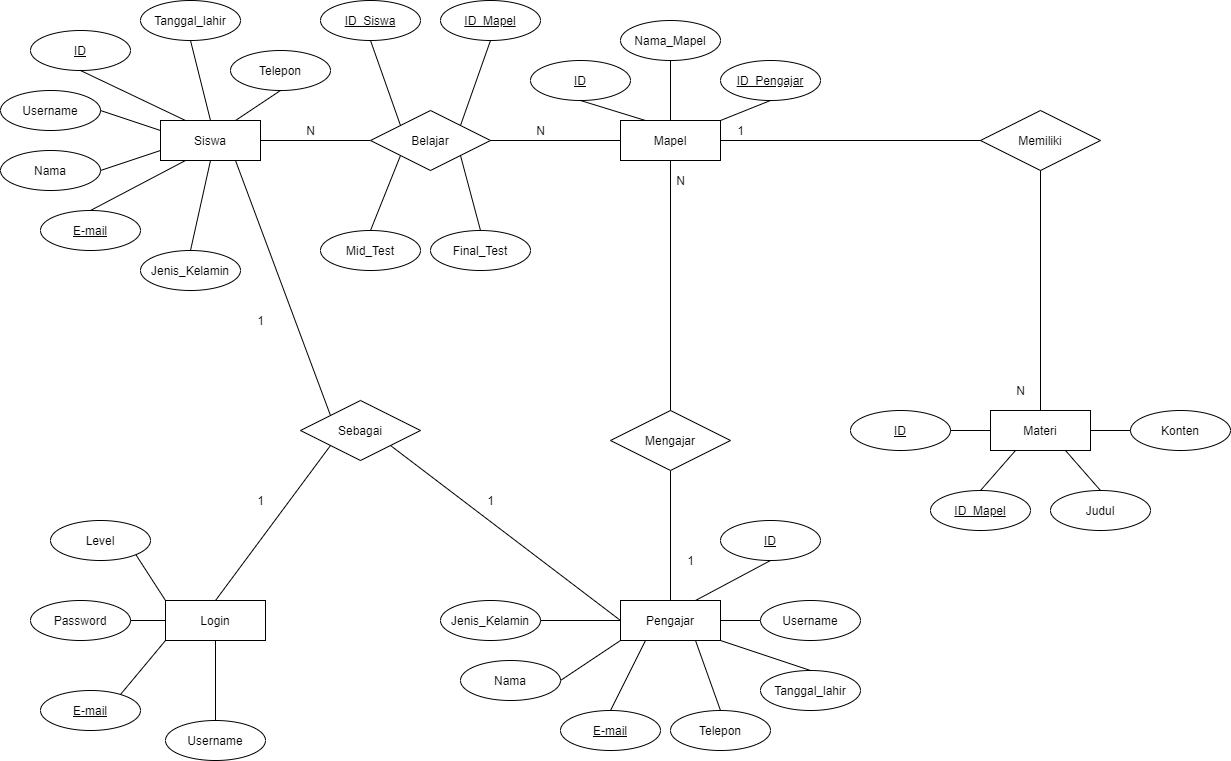
Before: Skema Database/ERD dbhaiyu.png, a diagram exported from draw.io (alifahfathonah/Website-HAiYU). Source tidied: cells renumbered, new cells last; positions are measured from the earlier drawing's top-left corner, leaving out a move shared by most shapes.
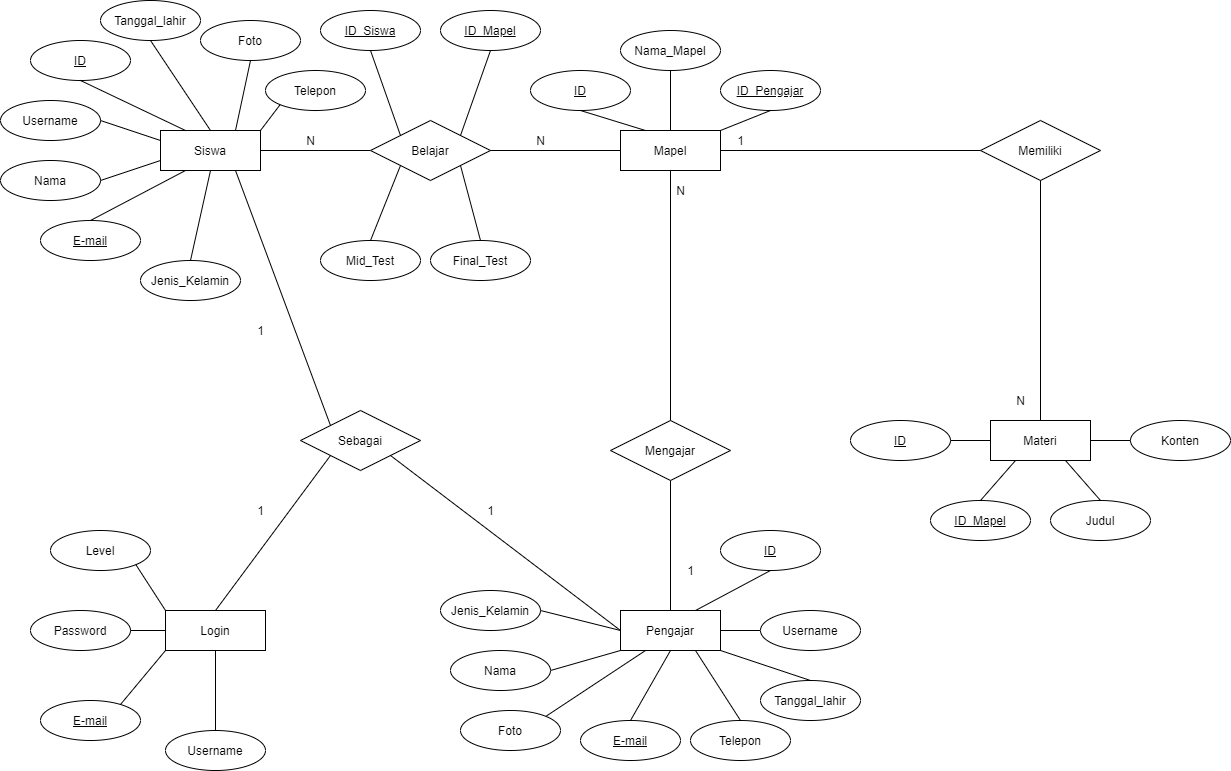
Later version of the same file.

Change to the diagram source:
```diff
@@ -12,7 +12,7 @@
       <mxGeometry y="90" width="100" height="40" as="geometry" />
     </mxCell>
     <mxCell id="5" value="Tanggal_lahir" style="ellipse;whiteSpace=wrap;html=1;align=center;" parent="1" vertex="1">
-      <mxGeometry x="140" width="100" height="40" as="geometry" />
+      <mxGeometry x="100" y="-10" width="100" height="40" as="geometry" />
     </mxCell>
     <mxCell id="6" value="Nama" style="ellipse;whiteSpace=wrap;html=1;align=center;" parent="1" vertex="1">
       <mxGeometry y="150" width="100" height="40" as="geometry" />
@@ -90,7 +90,7 @@
       <mxGeometry x="760" y="670" width="100" height="40" as="geometry" />
     </mxCell>
     <mxCell id="31" value="E-mail" style="ellipse;whiteSpace=wrap;html=1;align=center;fontStyle=4;" parent="1" vertex="1">
-      <mxGeometry x="560" y="710" width="100" height="40" as="geometry" />
+      <mxGeometry x="580" y="710" width="100" height="40" as="geometry" />
     </mxCell>
     <mxCell id="32" style="endArrow=none;html=1;rounded=0;entryX=0.75;entryY=0;entryDx=0;entryDy=0;exitX=0.5;exitY=1;exitDx=0;exitDy=0;" parent="1" edge="1" source="57" target="29">
       <mxGeometry relative="1" as="geometry" />
@@ -101,14 +101,14 @@
     <mxCell id="34" style="endArrow=none;html=1;rounded=0;entryX=0;entryY=1;entryDx=0;entryDy=0;exitX=1;exitY=0.5;exitDx=0;exitDy=0;" parent="1" edge="1" source="37" target="29">
       <mxGeometry relative="1" as="geometry" />
     </mxCell>
-    <mxCell id="35" style="endArrow=none;html=1;rounded=0;entryX=0.5;entryY=0;entryDx=0;entryDy=0;exitX=0.25;exitY=1;exitDx=0;exitDy=0;" parent="1" edge="1" source="29" target="31">
+    <mxCell id="35" style="endArrow=none;html=1;rounded=0;entryX=0.5;entryY=0;entryDx=0;entryDy=0;exitX=0.5;exitY=1;exitDx=0;exitDy=0;" parent="1" edge="1" source="29" target="31">
       <mxGeometry relative="1" as="geometry" />
     </mxCell>
     <mxCell id="36" style="endArrow=none;html=1;rounded=0;entryX=0.5;entryY=0;entryDx=0;entryDy=0;exitX=1;exitY=1;exitDx=0;exitDy=0;" parent="1" edge="1" source="29" target="30">
       <mxGeometry relative="1" as="geometry" />
     </mxCell>
     <mxCell id="37" value="Nama" style="ellipse;whiteSpace=wrap;html=1;align=center;" parent="1" vertex="1">
-      <mxGeometry x="460" y="660" width="100" height="40" as="geometry" />
+      <mxGeometry x="450" y="640" width="100" height="40" as="geometry" />
     </mxCell>
     <mxCell id="38" style="endArrow=none;html=1;rounded=0;exitX=0.5;exitY=0;exitDx=0;exitDy=0;entryX=0.5;entryY=1;entryDx=0;entryDy=0;" parent="1" edge="1" source="29" target="39">
       <mxGeometry relative="1" as="geometry" />
@@ -189,7 +189,7 @@
       <mxGeometry relative="1" as="geometry" />
     </mxCell>
     <mxCell id="64" value="Jenis_Kelamin" style="ellipse;whiteSpace=wrap;html=1;align=center;" parent="1" vertex="1">
-      <mxGeometry x="440" y="600" width="100" height="40" as="geometry" />
+      <mxGeometry x="440" y="580" width="100" height="40" as="geometry" />
     </mxCell>
     <mxCell id="65" style="endArrow=none;html=1;rounded=0;entryX=1;entryY=0.5;entryDx=0;entryDy=0;exitX=0;exitY=0.5;exitDx=0;exitDy=0;" parent="1" edge="1" source="29" target="64">
       <mxGeometry relative="1" as="geometry" />
@@ -246,16 +246,28 @@
       <mxGeometry relative="1" as="geometry" />
     </mxCell>
     <mxCell id="83" value="Telepon" style="ellipse;whiteSpace=wrap;html=1;align=center;" parent="1" vertex="1">
-      <mxGeometry x="230" y="50" width="100" height="40" as="geometry" />
+      <mxGeometry x="265" y="60" width="100" height="40" as="geometry" />
     </mxCell>
-    <mxCell id="84" style="endArrow=none;html=1;rounded=0;entryX=0.75;entryY=0;entryDx=0;entryDy=0;exitX=0.5;exitY=1;exitDx=0;exitDy=0;" parent="1" edge="1" source="83" target="2">
+    <mxCell id="84" style="endArrow=none;html=1;rounded=0;entryX=1;entryY=0;entryDx=0;entryDy=0;exitX=0;exitY=1;exitDx=0;exitDy=0;" parent="1" edge="1" source="83" target="2">
       <mxGeometry relative="1" as="geometry" />
     </mxCell>
     <mxCell id="85" value="Telepon" style="ellipse;whiteSpace=wrap;html=1;align=center;" parent="1" vertex="1">
-      <mxGeometry x="670" y="710" width="100" height="40" as="geometry" />
+      <mxGeometry x="690" y="710" width="100" height="40" as="geometry" />
     </mxCell>
     <mxCell id="86" style="endArrow=none;html=1;rounded=0;entryX=0.5;entryY=0;entryDx=0;entryDy=0;exitX=0.75;exitY=1;exitDx=0;exitDy=0;" parent="1" edge="1" source="29" target="85">
       <mxGeometry relative="1" as="geometry" />
     </mxCell>
+    <mxCell id="87" value="&lt;span&gt;Foto&lt;/span&gt;" style="ellipse;whiteSpace=wrap;html=1;align=center;fontStyle=0;" parent="1" vertex="1">
+      <mxGeometry x="460" y="700" width="100" height="40" as="geometry" />
+    </mxCell>
+    <mxCell id="88" style="endArrow=none;html=1;rounded=0;entryX=1;entryY=0;entryDx=0;entryDy=0;exitX=0.25;exitY=1;exitDx=0;exitDy=0;" parent="1" edge="1" source="29" target="87">
+      <mxGeometry relative="1" as="geometry" />
+    </mxCell>
+    <mxCell id="89" value="&lt;span&gt;Foto&lt;/span&gt;" style="ellipse;whiteSpace=wrap;html=1;align=center;fontStyle=0;" parent="1" vertex="1">
+      <mxGeometry x="200" y="10" width="100" height="40" as="geometry" />
+    </mxCell>
+    <mxCell id="90" style="endArrow=none;html=1;rounded=0;entryX=0.75;entryY=0;entryDx=0;entryDy=0;exitX=0.5;exitY=1;exitDx=0;exitDy=0;" parent="1" edge="1" source="89" target="2">
+      <mxGeometry relative="1" as="geometry" />
+    </mxCell>
   </root>
 </mxGraphModel>
```
